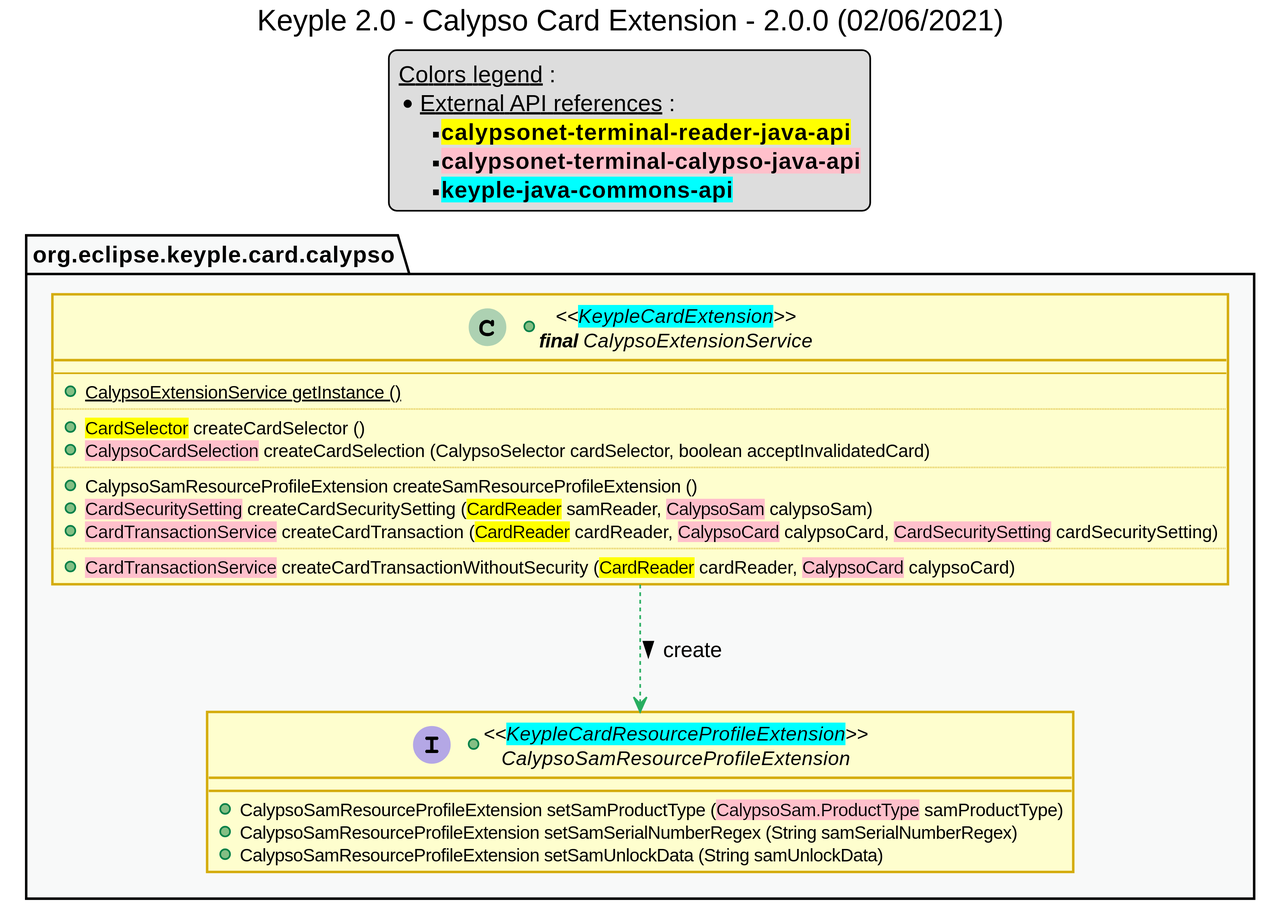
Before: uml/class/extensions/card-calypso/keyple_2_0_class_calypso_card_extension.svg, a diagram exported from PlantUML (calypsonet/keyple_2_0).
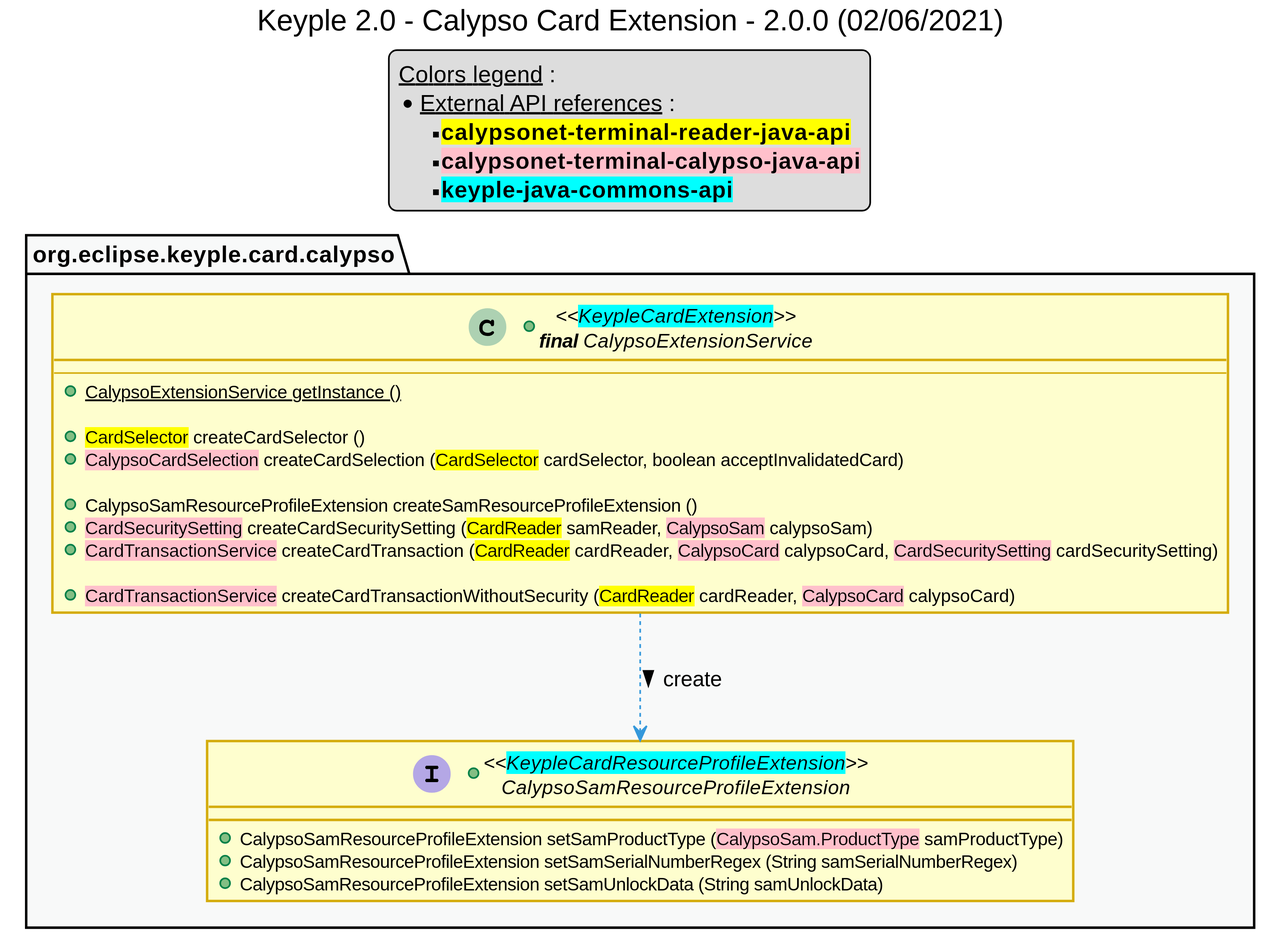
After the commit.

Diff of the diagram source:
```diff
@@ -49,14 +49,14 @@
     +class "<<<back:cyan>KeypleCardExtension</back>>>\n**final** CalypsoExtensionService" as CalypsoExtensionService {
         --
         +{static} CalypsoExtensionService getInstance ()
-        ..
+
         +<back:yellow>CardSelector</back> createCardSelector ()
-        +<back:pink>CalypsoCardSelection</back> createCardSelection (CalypsoSelector cardSelector, boolean acceptInvalidatedCard)
-        ..
+        +<back:pink>CalypsoCardSelection</back> createCardSelection (<back:yellow>CardSelector</back> cardSelector, boolean acceptInvalidatedCard)
+
         +CalypsoSamResourceProfileExtension createSamResourceProfileExtension ()
         +<back:pink>CardSecuritySetting</back> createCardSecuritySetting (<back:yellow>CardReader</back> samReader, <back:pink>CalypsoSam</back> calypsoSam)
         +<back:pink>CardTransactionService</back> createCardTransaction (<back:yellow>CardReader</back> cardReader, <back:pink>CalypsoCard</back> calypsoCard, <back:pink>CardSecuritySetting</back> cardSecuritySetting)
-        ..
+
         +<back:pink>CardTransactionService</back> createCardTransactionWithoutSecurity (<back:yellow>CardReader</back> cardReader, <back:pink>CalypsoCard</back> calypsoCard)
     }
 
@@ -68,7 +68,7 @@
 }
 
 
-CalypsoExtensionService ..> CalypsoSamResourceProfileExtension #C_USE : create >
+CalypsoExtensionService ..> CalypsoSamResourceProfileExtension #C_LINK : create >
 
 
 
```
